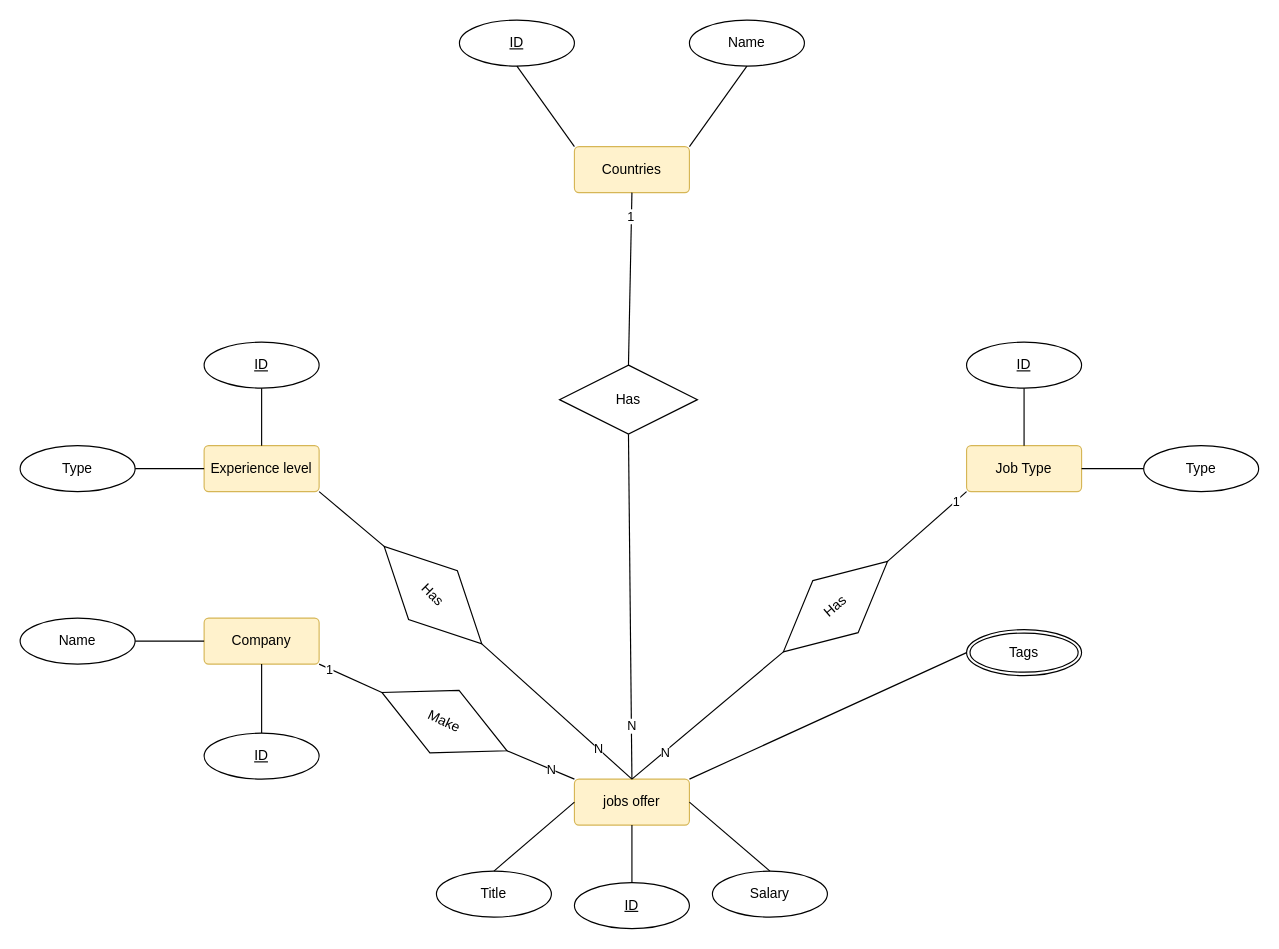
yassinessadi/diagrams keeps this draw.io diagram as Untitled Diagram.drawio. Above is the earlier version. Source tidied: cells renumbered, new cells numbered last; positions are measured from the earlier drawing's top-left corner, leaving out a move shared by most shapes. Both pictures are drawn from the tidied source at 115%, with x=0, y=0 at pixel (20, 20).
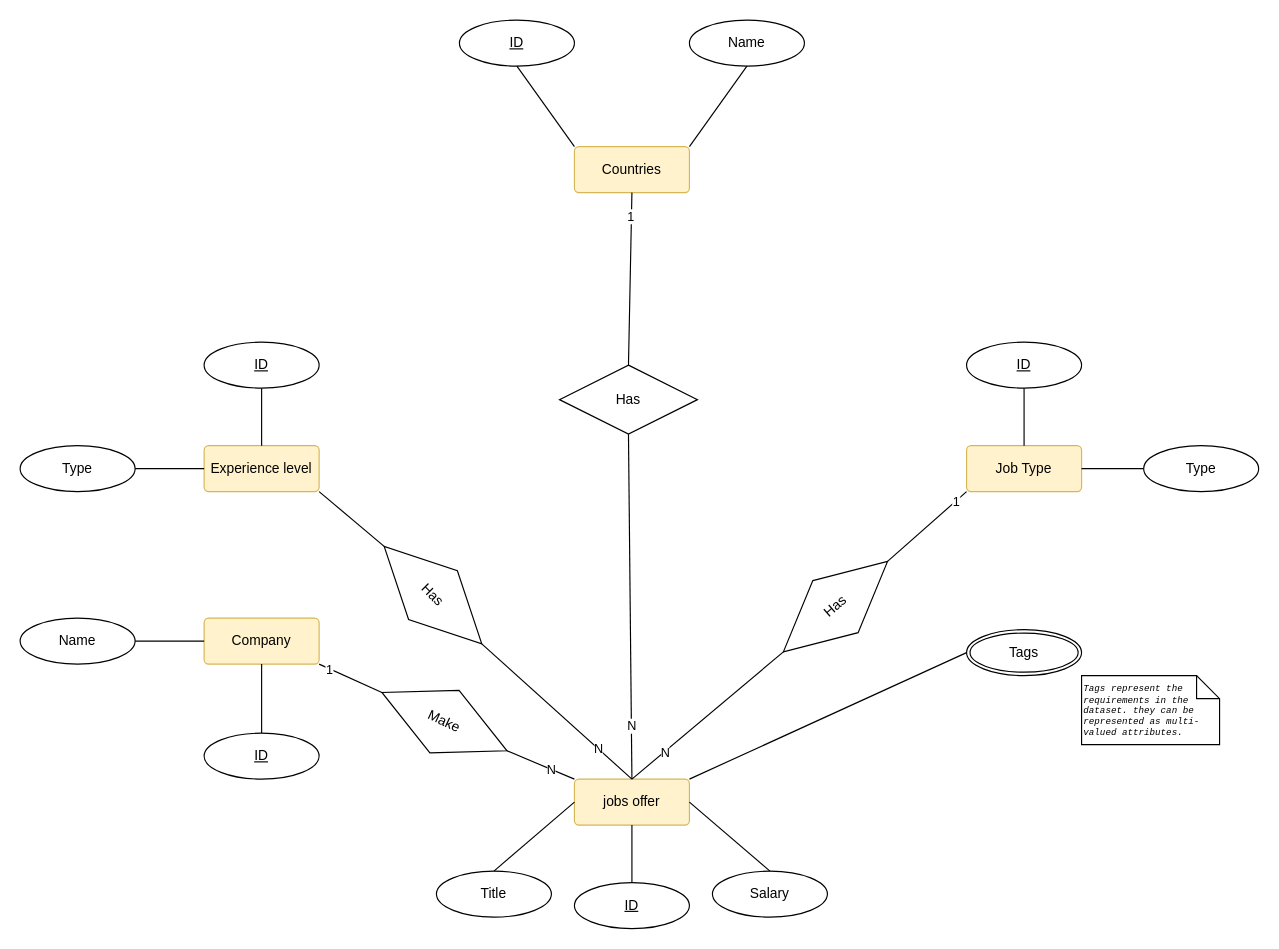
The same page after the edit.

Commit message:
Note Tags (Added).

What changed in the source:
```diff
@@
+    <mxCell id="50" value="Tags represent the requirements in the dataset. they can be represented as multi-valued attributes." style="shape=note;size=20;gradientColor=none;strokeColor=default;align=left;fontStyle=2;whiteSpace=wrap;html=1;labelBorderColor=none;labelBackgroundColor=none;verticalAlign=top;fontSize=8;fontFamily=Courier New;" parent="1" vertex="1">
+      <mxGeometry x="923" y="570" width="120" height="60" as="geometry" />
+    </mxCell>
```
